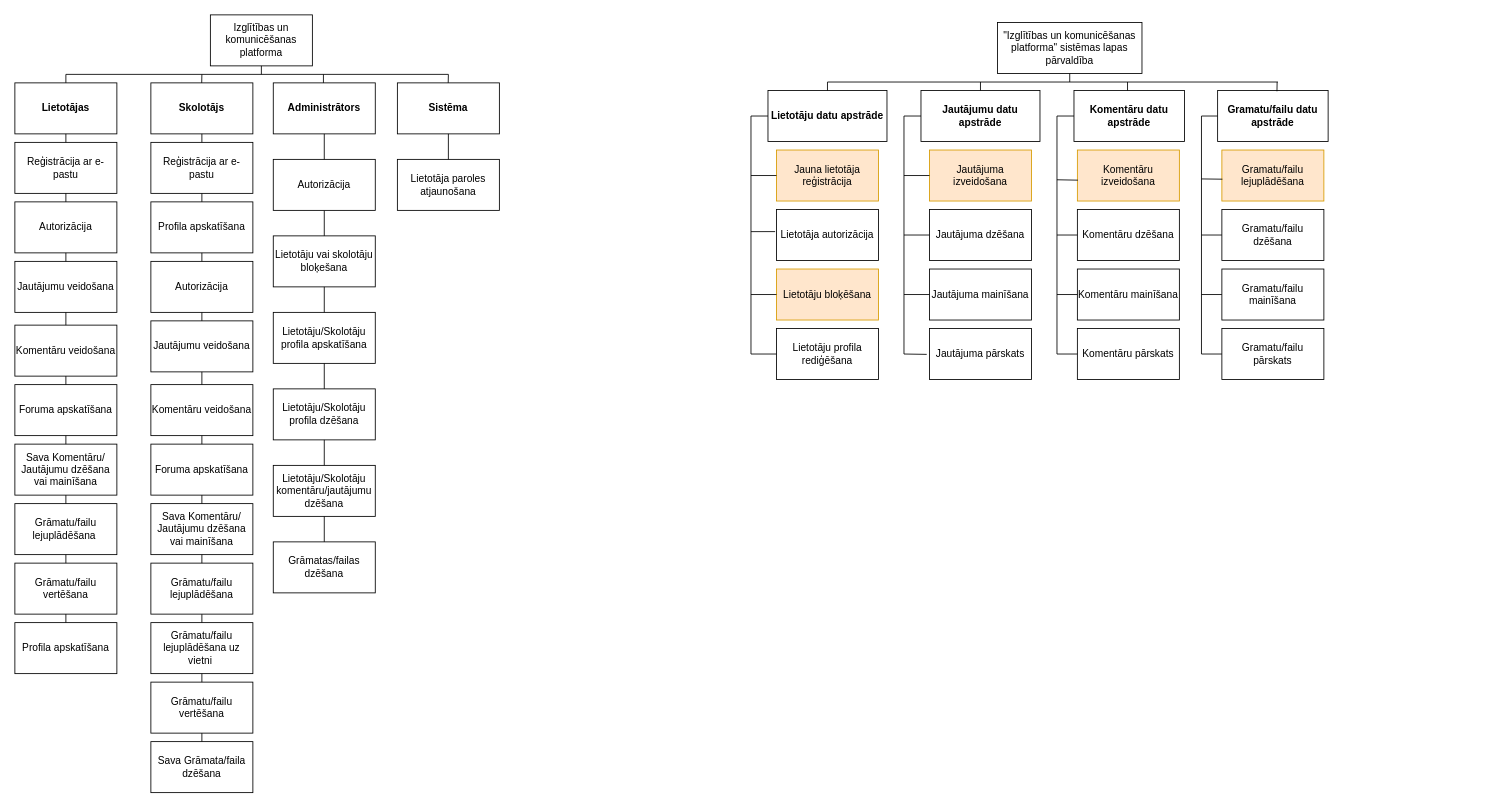
This is Sistemas_strukturas_modelis.drawio from MaksimsVisockis01/diploms, a draw.io file, before an edit. Source tidied: cells renumbered, new cells numbered last; positions are measured from the earlier drawing's top-left corner, leaving out a move shared by most shapes. Both pictures are drawn from the tidied source at 85%, with x=0, y=0 at pixel (14, 14).
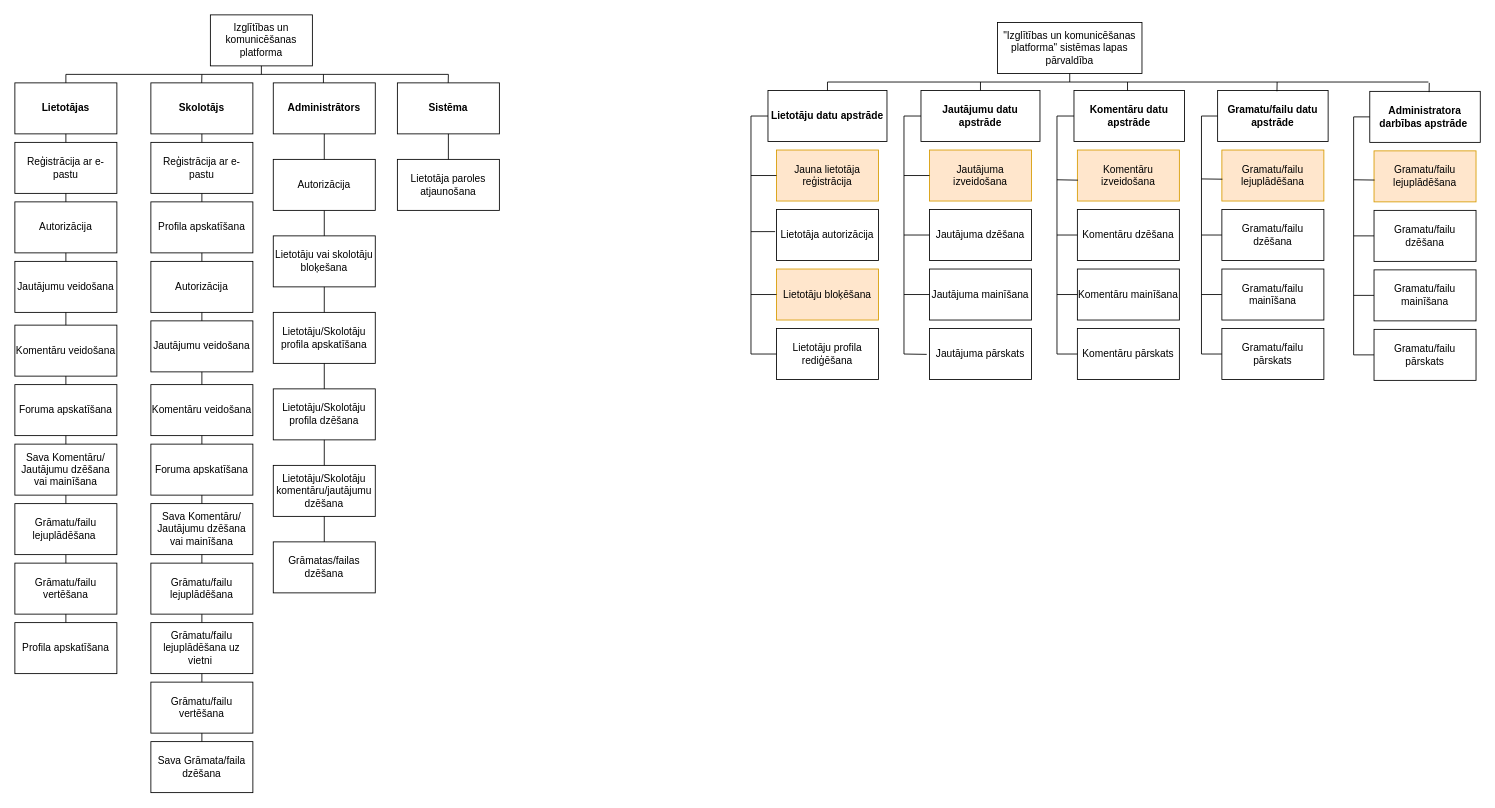
The same diagram, later.

Diff of the diagram source:
```diff
@@
     <mxCell id="71" style="endArrow=none;html=1;rounded=0;" parent="1" edge="1">
       <mxGeometry relative="1" as="geometry">
         <mxPoint x="956" y="79" as="sourcePoint" />
-        <mxPoint x="1486" y="79" as="targetPoint" />
+        <mxPoint x="1663" y="79" as="targetPoint" />
       </mxGeometry>
     </mxCell>
@@
+    <mxCell id="118" value="&lt;b&gt;Administratora darbības apstrāde&amp;nbsp;&lt;/b&gt;" style="rounded=0;whiteSpace=wrap;html=1;" parent="1" vertex="1">
+      <mxGeometry x="1594" y="90" width="130" height="60" as="geometry" />
+    </mxCell>
+    <mxCell id="119" style="endArrow=none;html=1;rounded=0;exitX=0.537;exitY=0.015;exitDx=0;exitDy=0;exitPerimeter=0;" parent="1" edge="1" source="118">
+      <mxGeometry relative="1" as="geometry">
+        <mxPoint x="1664" y="80" as="targetPoint" />
+      </mxGeometry>
+    </mxCell>
+    <mxCell id="120" value="Gramatu/failu lejuplādēšana" style="rounded=0;whiteSpace=wrap;html=1;fillColor=#ffe6cc;strokeColor=#d79b00;" parent="1" vertex="1">
+      <mxGeometry x="1599" y="160" width="120" height="60" as="geometry" />
+    </mxCell>
+    <mxCell id="121" value="Gramatu/failu dzēšana" style="rounded=0;whiteSpace=wrap;html=1;" parent="1" vertex="1">
+      <mxGeometry x="1599" y="230" width="120" height="60" as="geometry" />
+    </mxCell>
+    <mxCell id="122" value="Gramatu/failu mainīšana" style="rounded=0;whiteSpace=wrap;html=1;" parent="1" vertex="1">
+      <mxGeometry x="1599" y="300" width="120" height="60" as="geometry" />
+    </mxCell>
+    <mxCell id="123" value="Gramatu/failu pārskats" style="rounded=0;whiteSpace=wrap;html=1;" parent="1" vertex="1">
+      <mxGeometry x="1599" y="370" width="120" height="60" as="geometry" />
+    </mxCell>
+    <mxCell id="124" style="endArrow=none;html=1;rounded=0;" parent="1" edge="1">
+      <mxGeometry relative="1" as="geometry">
+        <mxPoint x="1575" y="120" as="sourcePoint" />
+        <mxPoint x="1575" y="400" as="targetPoint" />
+      </mxGeometry>
+    </mxCell>
+    <mxCell id="125" style="endArrow=none;html=1;rounded=0;entryX=0;entryY=0.5;entryDx=0;entryDy=0;" parent="1" edge="1" target="123">
+      <mxGeometry relative="1" as="geometry">
+        <mxPoint x="1575" y="400" as="sourcePoint" />
+      </mxGeometry>
+    </mxCell>
+    <mxCell id="126" style="endArrow=none;html=1;rounded=0;entryX=0;entryY=0.5;entryDx=0;entryDy=0;" parent="1" edge="1" target="122">
+      <mxGeometry relative="1" as="geometry">
+        <mxPoint x="1575" y="330" as="sourcePoint" />
+      </mxGeometry>
+    </mxCell>
+    <mxCell id="127" style="endArrow=none;html=1;rounded=0;entryX=0;entryY=0.5;entryDx=0;entryDy=0;" parent="1" edge="1" target="121">
+      <mxGeometry relative="1" as="geometry">
+        <mxPoint x="1575" y="260" as="sourcePoint" />
+      </mxGeometry>
+    </mxCell>
+    <mxCell id="128" style="endArrow=none;html=1;rounded=0;entryX=0.005;entryY=0.572;entryDx=0;entryDy=0;entryPerimeter=0;" parent="1" edge="1" target="120">
+      <mxGeometry relative="1" as="geometry">
+        <mxPoint x="1575" y="194" as="sourcePoint" />
+      </mxGeometry>
+    </mxCell>
+    <mxCell id="129" style="endArrow=none;html=1;rounded=0;entryX=0;entryY=0.5;entryDx=0;entryDy=0;" parent="1" edge="1" target="118">
+      <mxGeometry relative="1" as="geometry">
+        <mxPoint x="1575" y="120" as="sourcePoint" />
+      </mxGeometry>
+    </mxCell>
```
